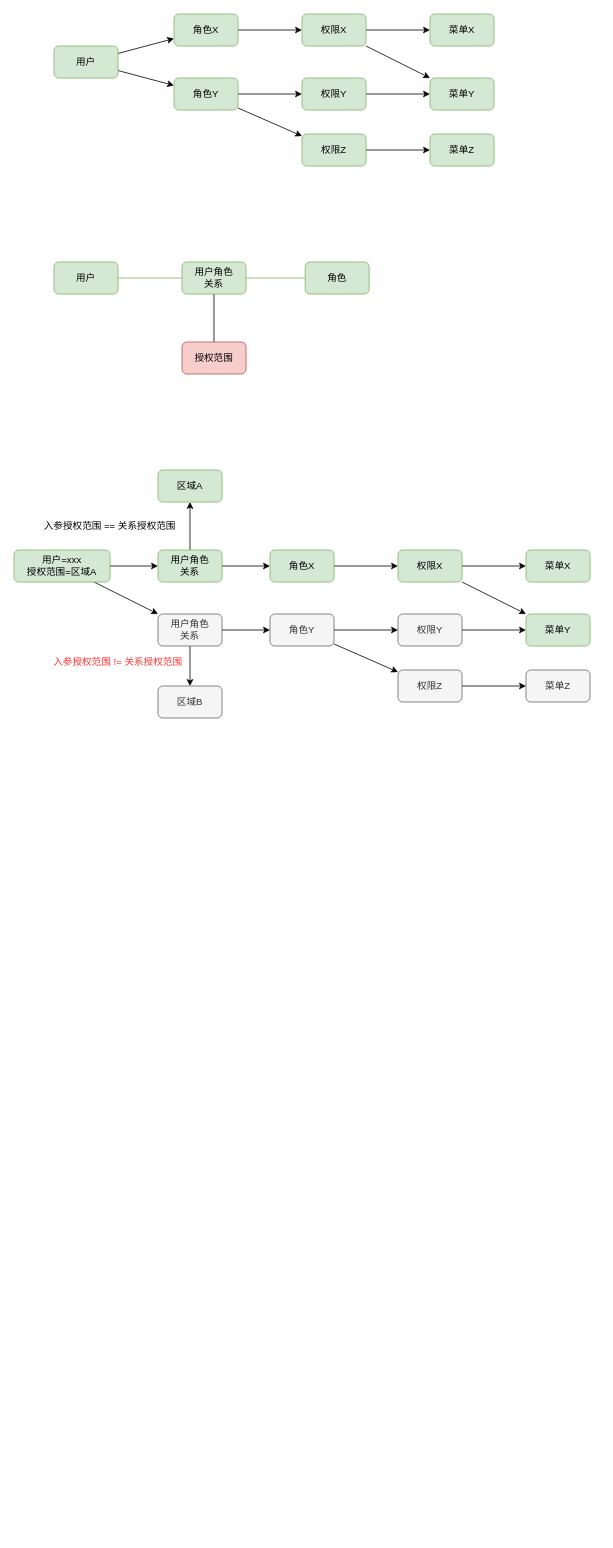
yamilinqh/spicedb keeps this draw.io diagram as 多租户权限管理.drawio. Above is the earlier version. Source tidied: cells renumbered, new cells numbered last; positions are measured from the earlier drawing's top-left corner, leaving out a move shared by most shapes. Both pictures are drawn from the tidied source at 80%, with x=0, y=0 at pixel (14, 14).
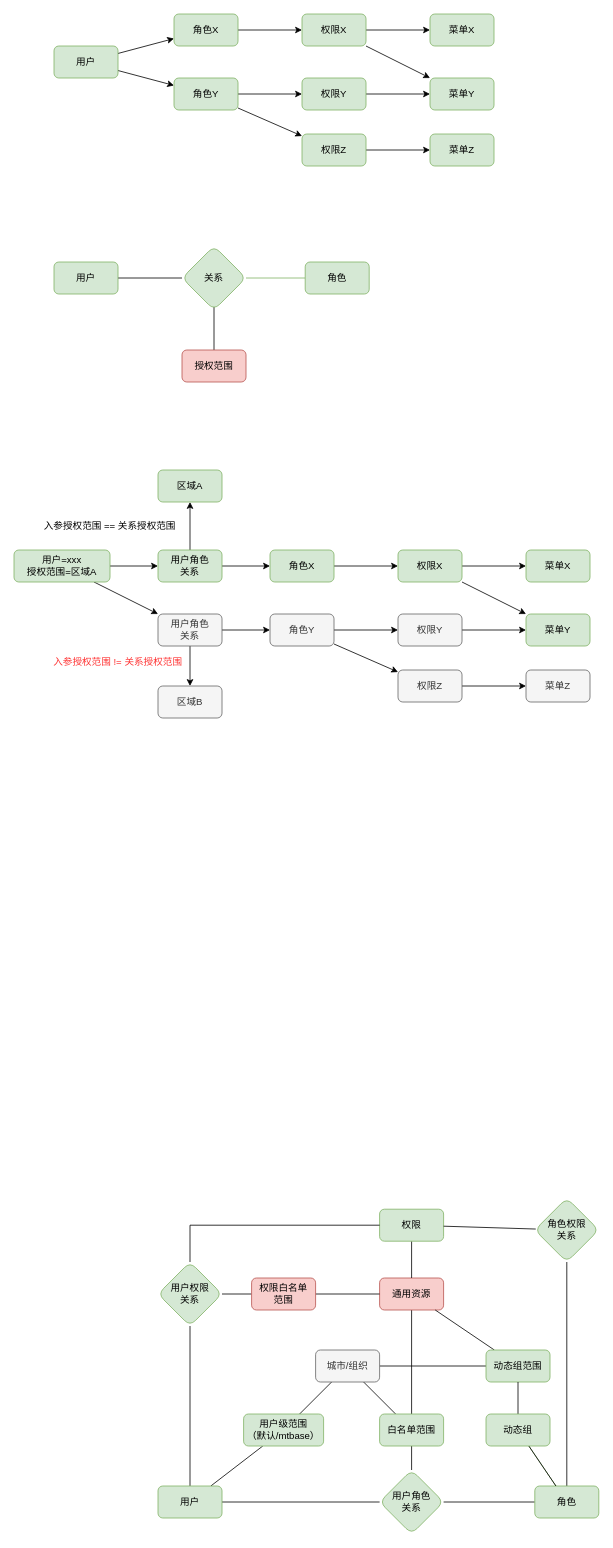
After the change.

Commit message:
Update 多租户权限管理.drawio

Unchanged cells that the change refers to:
```xml
<mxCell id="21" value="用户" style="rounded=1;whiteSpace=wrap;html=1;fillColor=#d5e8d4;strokeColor=#82b366;" parent="1" vertex="1">
  <mxGeometry x="50" y="310" width="80" height="40" as="geometry" />
</mxCell>
<mxCell id="25" value="角色" style="rounded=1;whiteSpace=wrap;html=1;fillColor=#d5e8d4;strokeColor=#82b366;" parent="1" vertex="1">
  <mxGeometry x="364" y="310" width="80" height="40" as="geometry" />
</mxCell>
```

What changed in the source:
```diff
@@
-    <mxCell id="20" style="edgeStyle=none;rounded=0;jettySize=auto;html=1;endArrow=none;endFill=0;fillColor=#d5e8d4;strokeColor=#82b366;" parent="1" edge="1" source="21" target="24">
-      <mxGeometry relative="1" as="geometry" />
-    </mxCell>
+    <mxCell id="55" style="edgeStyle=orthogonalEdgeStyle;rounded=0;jettySize=auto;html=1;endArrow=none;endFill=0;" parent="1" edge="1" source="21" target="56">
+      <mxGeometry relative="1" as="geometry" />
+    </mxCell>
@@
-    <mxCell id="22" style="edgeStyle=none;rounded=0;jettySize=auto;html=1;endArrow=none;endFill=0;fillColor=#d5e8d4;strokeColor=#82b366;" parent="1" edge="1" source="24" target="25">
+    <mxCell id="22" style="edgeStyle=none;rounded=0;jettySize=auto;html=1;endArrow=none;endFill=0;fillColor=#d5e8d4;strokeColor=#82b366;" parent="1" edge="1" source="56" target="25">
       <mxGeometry relative="1" as="geometry" />
     </mxCell>
-    <mxCell id="23" style="edgeStyle=none;rounded=0;jettySize=auto;html=1;endArrow=none;endFill=0;" parent="1" edge="1" source="24" target="26">
-      <mxGeometry relative="1" as="geometry" />
+    <mxCell id="23" style="edgeStyle=none;rounded=0;jettySize=auto;html=1;endArrow=none;endFill=0;" parent="1" edge="1" target="26">
+      <mxGeometry relative="1" as="geometry">
+        <mxPoint x="250" y="350" as="sourcePoint" />
+      </mxGeometry>
     </mxCell>
-    <mxCell id="24" value="用户角色&lt;br&gt;关系" style="rounded=1;whiteSpace=wrap;html=1;fillColor=#d5e8d4;strokeColor=#82b366;" parent="1" vertex="1">
-      <mxGeometry x="210" y="310" width="80" height="40" as="geometry" />
-    </mxCell>
@@
     <mxCell id="26" value="授权范围" style="rounded=1;whiteSpace=wrap;html=1;fillColor=#f8cecc;strokeColor=#b85450;" parent="1" vertex="1">
-      <mxGeometry x="210" y="410" width="80" height="40" as="geometry" />
+      <mxGeometry x="210" y="420" width="80" height="40" as="geometry" />
     </mxCell>
@@
+    <mxCell id="56" value="关系" style="rhombus;whiteSpace=wrap;html=1;fillColor=#d5e8d4;strokeColor=#82b366;rounded=1;" parent="1" vertex="1">
+      <mxGeometry x="210" y="290" width="80" height="80" as="geometry" />
+    </mxCell>
+    <mxCell id="57" style="edgeStyle=orthogonalEdgeStyle;rounded=0;jettySize=auto;html=1;endArrow=none;endFill=0;strokeColor=#000000;fillColor=#d5e8d4;" parent="1" edge="1" source="60" target="24">
+      <mxGeometry relative="1" as="geometry" />
+    </mxCell>
+    <mxCell id="58" style="shape=connector;rounded=0;jettySize=auto;html=1;labelBackgroundColor=default;strokeColor=#000000;align=center;verticalAlign=middle;fontFamily=Helvetica;fontSize=11;fontColor=default;endArrow=none;endFill=0;fillColor=#d5e8d4;" parent="1" edge="1" source="60" target="71">
+      <mxGeometry relative="1" as="geometry" />
+    </mxCell>
+    <mxCell id="59" style="edgeStyle=none;shape=connector;rounded=0;jettySize=auto;html=1;labelBackgroundColor=default;strokeColor=#000000;align=center;verticalAlign=middle;fontFamily=Helvetica;fontSize=11;fontColor=default;endArrow=none;endFill=0;fillColor=#d5e8d4;" parent="1" edge="1" source="60" target="86">
+      <mxGeometry relative="1" as="geometry" />
+    </mxCell>
+    <mxCell id="60" value="用户" style="rounded=1;whiteSpace=wrap;html=1;fillColor=#d5e8d4;strokeColor=#82b366;" parent="1" vertex="1">
+      <mxGeometry x="180" y="1840" width="80" height="40" as="geometry" />
+    </mxCell>
+    <mxCell id="61" style="edgeStyle=none;rounded=0;jettySize=auto;html=1;endArrow=none;endFill=0;fillColor=#d5e8d4;strokeColor=#000000;" parent="1" edge="1" source="24" target="64">
+      <mxGeometry relative="1" as="geometry" />
+    </mxCell>
+    <mxCell id="62" style="edgeStyle=orthogonalEdgeStyle;shape=connector;rounded=0;jettySize=auto;html=1;labelBackgroundColor=default;strokeColor=#000000;align=center;verticalAlign=middle;fontFamily=Helvetica;fontSize=11;fontColor=default;endArrow=none;endFill=0;fillColor=#d5e8d4;" parent="1" edge="1" source="64" target="73">
+      <mxGeometry relative="1" as="geometry" />
+    </mxCell>
+    <mxCell id="63" style="edgeStyle=none;shape=connector;rounded=0;jettySize=auto;html=1;labelBackgroundColor=default;strokeColor=#82b366;align=center;verticalAlign=middle;fontFamily=Helvetica;fontSize=11;fontColor=default;endArrow=none;endFill=0;fillColor=#d5e8d4;" parent="1" edge="1" source="64" target="82">
+      <mxGeometry relative="1" as="geometry" />
+    </mxCell>
+    <mxCell id="64" value="角色" style="rounded=1;whiteSpace=wrap;html=1;fillColor=#d5e8d4;strokeColor=#82b366;" parent="1" vertex="1">
+      <mxGeometry x="651" y="1840" width="80" height="40" as="geometry" />
+    </mxCell>
+    <mxCell id="65" style="shape=connector;rounded=0;jettySize=auto;html=1;labelBackgroundColor=default;strokeColor=#000000;align=center;verticalAlign=middle;fontFamily=Helvetica;fontSize=11;fontColor=default;endArrow=none;endFill=0;fillColor=#d5e8d4;" parent="1" edge="1" source="76" target="66">
+      <mxGeometry relative="1" as="geometry" />
+    </mxCell>
+    <mxCell id="24" value="用户角色&lt;br&gt;关系" style="rhombus;whiteSpace=wrap;html=1;fillColor=#d5e8d4;strokeColor=#82b366;rounded=1;" parent="1" vertex="1">
+      <mxGeometry x="457" y="1820" width="80" height="80" as="geometry" />
+    </mxCell>
+    <mxCell id="66" value="通用资源" style="rounded=1;whiteSpace=wrap;html=1;fillColor=#f8cecc;strokeColor=#b85450;" parent="1" vertex="1">
+      <mxGeometry x="457" y="1580" width="80" height="40" as="geometry" />
+    </mxCell>
+    <mxCell id="67" style="edgeStyle=none;shape=connector;rounded=0;jettySize=auto;html=1;labelBackgroundColor=default;strokeColor=default;align=center;verticalAlign=middle;fontFamily=Helvetica;fontSize=11;fontColor=default;endArrow=none;endFill=0;" parent="1" edge="1" source="68" target="66">
+      <mxGeometry relative="1" as="geometry" />
+    </mxCell>
+    <mxCell id="68" value="权限" style="rounded=1;whiteSpace=wrap;html=1;fillColor=#d5e8d4;strokeColor=#82b366;" parent="1" vertex="1">
+      <mxGeometry x="457" y="1494" width="80" height="40" as="geometry" />
+    </mxCell>
+    <mxCell id="69" style="shape=connector;rounded=0;jettySize=auto;html=1;labelBackgroundColor=default;strokeColor=#000000;align=center;verticalAlign=middle;fontFamily=Helvetica;fontSize=11;fontColor=default;endArrow=none;endFill=0;fillColor=#d5e8d4;edgeStyle=orthogonalEdgeStyle;" parent="1" edge="1" source="71" target="68">
+      <mxGeometry relative="1" as="geometry">
+        <Array as="points">
+          <mxPoint x="220" y="1514" />
+        </Array>
+      </mxGeometry>
+    </mxCell>
+    <mxCell id="70" style="edgeStyle=none;shape=connector;rounded=0;jettySize=auto;html=1;labelBackgroundColor=default;strokeColor=#000000;align=center;verticalAlign=middle;fontFamily=Helvetica;fontSize=11;fontColor=default;endArrow=none;endFill=0;fillColor=#d5e8d4;exitX=1;exitY=0.5;exitDx=0;exitDy=0;" parent="1" edge="1" source="71" target="84">
+      <mxGeometry relative="1" as="geometry" />
+    </mxCell>
+    <mxCell id="71" value="用户权限&lt;br&gt;关系" style="rhombus;whiteSpace=wrap;html=1;fillColor=#d5e8d4;strokeColor=#82b366;rounded=1;" parent="1" vertex="1">
+      <mxGeometry x="180" y="1560" width="80" height="80" as="geometry" />
+    </mxCell>
+    <mxCell id="72" style="shape=connector;rounded=0;jettySize=auto;html=1;labelBackgroundColor=default;strokeColor=#000000;align=center;verticalAlign=middle;fontFamily=Helvetica;fontSize=11;fontColor=default;endArrow=none;endFill=0;fillColor=#d5e8d4;" parent="1" edge="1" source="73" target="68">
+      <mxGeometry relative="1" as="geometry" />
+    </mxCell>
+    <mxCell id="73" value="角色权限&lt;br&gt;关系" style="rhombus;whiteSpace=wrap;html=1;fillColor=#d5e8d4;strokeColor=#82b366;rounded=1;" parent="1" vertex="1">
+      <mxGeometry x="651" y="1480" width="80" height="80" as="geometry" />
+    </mxCell>
+    <mxCell id="74" style="edgeStyle=none;shape=connector;rounded=0;jettySize=auto;html=1;labelBackgroundColor=default;strokeColor=#000000;align=center;verticalAlign=middle;fontFamily=Helvetica;fontSize=11;fontColor=default;endArrow=none;endFill=0;fillColor=#d5e8d4;" parent="1" edge="1" source="76" target="24">
+      <mxGeometry relative="1" as="geometry" />
+    </mxCell>
+    <mxCell id="75" style="edgeStyle=none;shape=connector;rounded=0;jettySize=auto;html=1;labelBackgroundColor=default;strokeColor=#000000;align=center;verticalAlign=middle;fontFamily=Helvetica;fontSize=11;fontColor=default;endArrow=none;endFill=0;fillColor=#d5e8d4;" parent="1" edge="1" source="76" target="87">
+      <mxGeometry relative="1" as="geometry" />
+    </mxCell>
+    <mxCell id="76" value="白名单范围" style="rounded=1;whiteSpace=wrap;html=1;fillColor=#d5e8d4;strokeColor=#82b366;" parent="1" vertex="1">
+      <mxGeometry x="457" y="1750" width="80" height="40" as="geometry" />
+    </mxCell>
+    <mxCell id="77" style="shape=connector;rounded=0;jettySize=auto;html=1;labelBackgroundColor=default;strokeColor=#000000;align=center;verticalAlign=middle;fontFamily=Helvetica;fontSize=11;fontColor=default;endArrow=none;endFill=0;fillColor=#d5e8d4;" parent="1" edge="1" source="79" target="66">
+      <mxGeometry relative="1" as="geometry" />
+    </mxCell>
+    <mxCell id="78" style="edgeStyle=none;shape=connector;rounded=0;jettySize=auto;html=1;labelBackgroundColor=default;strokeColor=#000000;align=center;verticalAlign=middle;fontFamily=Helvetica;fontSize=11;fontColor=default;endArrow=none;endFill=0;fillColor=#d5e8d4;" parent="1" edge="1" source="79" target="87">
+      <mxGeometry relative="1" as="geometry" />
+    </mxCell>
+    <mxCell id="79" value="动态组范围" style="rounded=1;whiteSpace=wrap;html=1;fillColor=#d5e8d4;strokeColor=#82b366;" parent="1" vertex="1">
+      <mxGeometry x="590" y="1670" width="80" height="40" as="geometry" />
+    </mxCell>
+    <mxCell id="80" style="edgeStyle=none;shape=connector;rounded=0;jettySize=auto;html=1;entryX=0.5;entryY=1;entryDx=0;entryDy=0;labelBackgroundColor=default;strokeColor=#000000;align=center;verticalAlign=middle;fontFamily=Helvetica;fontSize=11;fontColor=default;endArrow=none;endFill=0;fillColor=#d5e8d4;" parent="1" edge="1" source="82" target="79">
+      <mxGeometry relative="1" as="geometry" />
+    </mxCell>
+    <mxCell id="81" style="edgeStyle=none;shape=connector;rounded=0;jettySize=auto;html=1;labelBackgroundColor=default;strokeColor=#000000;align=center;verticalAlign=middle;fontFamily=Helvetica;fontSize=11;fontColor=default;endArrow=none;endFill=0;fillColor=#d5e8d4;" parent="1" edge="1" source="82" target="64">
+      <mxGeometry relative="1" as="geometry" />
+    </mxCell>
+    <mxCell id="82" value="动态组" style="rounded=1;whiteSpace=wrap;html=1;fillColor=#d5e8d4;strokeColor=#82b366;" parent="1" vertex="1">
+      <mxGeometry x="590" y="1750" width="80" height="40" as="geometry" />
+    </mxCell>
+    <mxCell id="83" style="edgeStyle=none;shape=connector;rounded=0;jettySize=auto;html=1;labelBackgroundColor=default;strokeColor=#000000;align=center;verticalAlign=middle;fontFamily=Helvetica;fontSize=11;fontColor=default;endArrow=none;endFill=0;fillColor=#d5e8d4;" parent="1" edge="1" source="84" target="66">
+      <mxGeometry relative="1" as="geometry" />
+    </mxCell>
+    <mxCell id="84" value="权限白名单&lt;br&gt;范围" style="rounded=1;whiteSpace=wrap;html=1;fillColor=#f8cecc;strokeColor=#b85450;" parent="1" vertex="1">
+      <mxGeometry x="297" y="1580" width="80" height="40" as="geometry" />
+    </mxCell>
+    <mxCell id="85" style="edgeStyle=none;shape=connector;rounded=0;jettySize=auto;html=1;labelBackgroundColor=default;strokeColor=#000000;align=center;verticalAlign=middle;fontFamily=Helvetica;fontSize=11;fontColor=default;endArrow=none;endFill=0;fillColor=#d5e8d4;" parent="1" edge="1" source="86" target="87">
+      <mxGeometry relative="1" as="geometry" />
+    </mxCell>
+    <mxCell id="86" value="用户级范围&lt;br style=&quot;border-color: var(--border-color);&quot;&gt;（默认/mtbase）" style="rounded=1;whiteSpace=wrap;html=1;fillColor=#d5e8d4;strokeColor=#82b366;" parent="1" vertex="1">
+      <mxGeometry x="287" y="1750" width="100" height="40" as="geometry" />
+    </mxCell>
+    <mxCell id="87" value="城市/组织" style="rounded=1;whiteSpace=wrap;html=1;fillColor=#f5f5f5;strokeColor=#666666;fontColor=#333333;" parent="1" vertex="1">
+      <mxGeometry x="377" y="1670" width="80" height="40" as="geometry" />
+    </mxCell>
```
